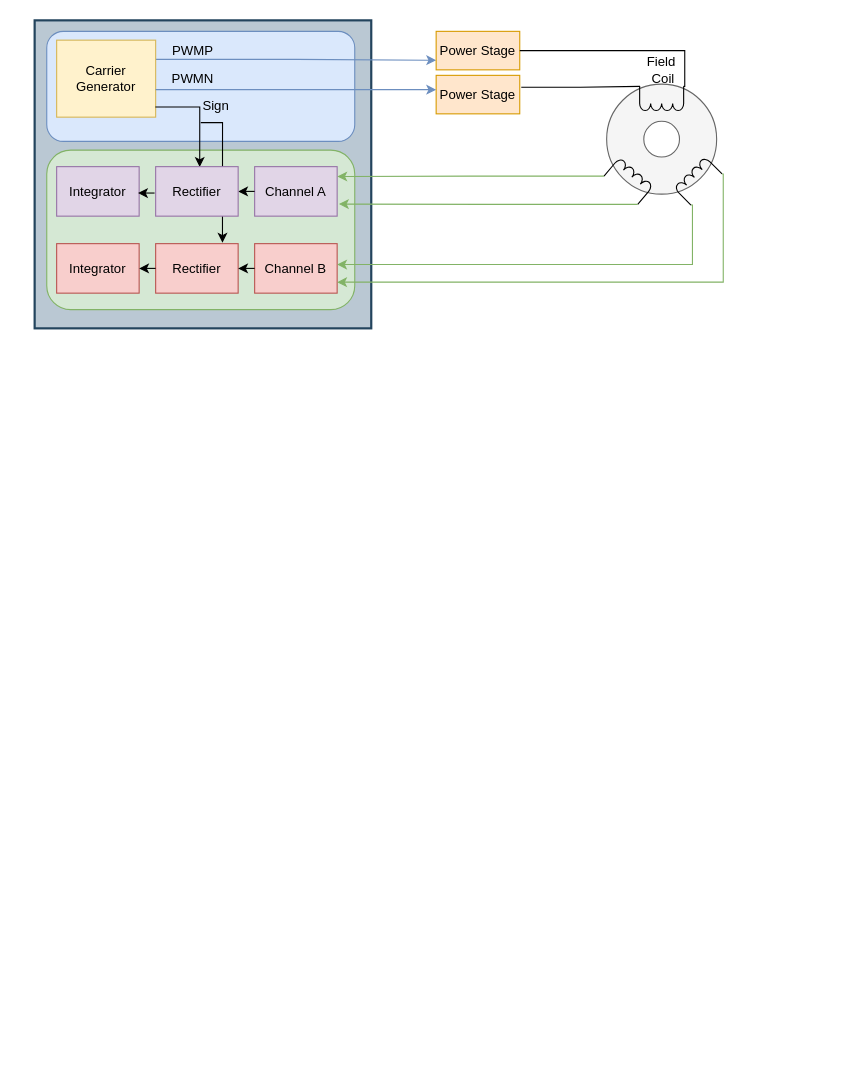
Earlier version of the draw.io diagram page "第 9 页" (9 of 10) of drawio/dsadc.drawio (iceyxy/flow-chart-drawio). Source tidied: cells renumbered, new cells numbered last; positions are measured from the earlier drawing's top-left corner, leaving out a move shared by most shapes. Both pictures are drawn from the tidied source at 110%, with x=0, y=0 at pixel (34, 20).
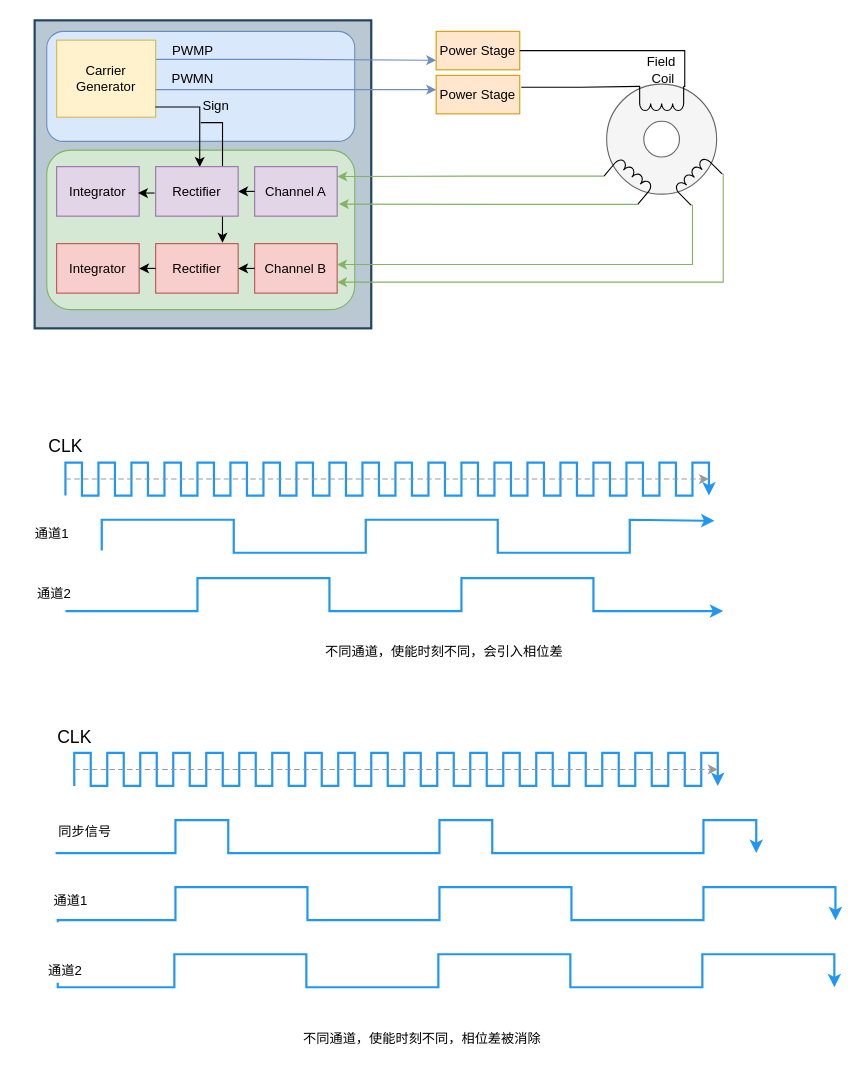
After the change.

Diff of the diagram source:
```diff
@@
+    <mxCell id="36" value="CLK" style="text;html=1;align=center;verticalAlign=middle;strokeColor=none;fillColor=none;fontSize=16;" parent="1" vertex="1">
+      <mxGeometry x="-12" y="372" width="80" height="30" as="geometry" />
+    </mxCell>
+    <mxCell id="37" style="edgeStyle=orthogonalEdgeStyle;rounded=0;orthogonalLoop=1;jettySize=auto;html=1;strokeWidth=2;strokeColor=#2196F3;" parent="1" edge="1">
+      <mxGeometry relative="1" as="geometry">
+        <mxPoint x="28" y="432" as="sourcePoint" />
+        <mxPoint x="613" y="432" as="targetPoint" />
+        <Array as="points">
+          <mxPoint x="28" y="432" />
+          <mxPoint x="28" y="402" />
+          <mxPoint x="43" y="402" />
+          <mxPoint x="43" y="432" />
+          <mxPoint x="58" y="432" />
+          <mxPoint x="58" y="402" />
+          <mxPoint x="73" y="402" />
+          <mxPoint x="73" y="432" />
+          <mxPoint x="88" y="432" />
+          <mxPoint x="88" y="402" />
+          <mxPoint x="103" y="402" />
+          <mxPoint x="103" y="432" />
+          <mxPoint x="118" y="432" />
+          <mxPoint x="118" y="402" />
+          <mxPoint x="133" y="402" />
+          <mxPoint x="133" y="432" />
+          <mxPoint x="148" y="432" />
+          <mxPoint x="148" y="402" />
+          <mxPoint x="163" y="402" />
+          <mxPoint x="163" y="432" />
+          <mxPoint x="178" y="432" />
+          <mxPoint x="178" y="402" />
+          <mxPoint x="193" y="402" />
+          <mxPoint x="193" y="432" />
+          <mxPoint x="208" y="432" />
+          <mxPoint x="208" y="402" />
+          <mxPoint x="223" y="402" />
+          <mxPoint x="223" y="432" />
+          <mxPoint x="238" y="432" />
+          <mxPoint x="238" y="402" />
+          <mxPoint x="253" y="402" />
+          <mxPoint x="253" y="432" />
+          <mxPoint x="268" y="432" />
+          <mxPoint x="268" y="402" />
+          <mxPoint x="283" y="402" />
+          <mxPoint x="283" y="432" />
+          <mxPoint x="298" y="432" />
+          <mxPoint x="298" y="402" />
+          <mxPoint x="313" y="402" />
+          <mxPoint x="313" y="432" />
+          <mxPoint x="328" y="432" />
+          <mxPoint x="328" y="402" />
+          <mxPoint x="343" y="402" />
+          <mxPoint x="343" y="432" />
+          <mxPoint x="358" y="432" />
+          <mxPoint x="358" y="402" />
+          <mxPoint x="373" y="402" />
+          <mxPoint x="373" y="432" />
+          <mxPoint x="388" y="432" />
+          <mxPoint x="388" y="402" />
+          <mxPoint x="403" y="402" />
+          <mxPoint x="403" y="432" />
+          <mxPoint x="418" y="432" />
+          <mxPoint x="418" y="402" />
+          <mxPoint x="433" y="402" />
+          <mxPoint x="433" y="432" />
+          <mxPoint x="448" y="432" />
+          <mxPoint x="448" y="402" />
+          <mxPoint x="463" y="402" />
+          <mxPoint x="463" y="432" />
+          <mxPoint x="478" y="432" />
+          <mxPoint x="478" y="402" />
+          <mxPoint x="493" y="402" />
+          <mxPoint x="493" y="432" />
+          <mxPoint x="508" y="432" />
+          <mxPoint x="508" y="402" />
+          <mxPoint x="523" y="402" />
+          <mxPoint x="523" y="432" />
+          <mxPoint x="538" y="432" />
+          <mxPoint x="538" y="402" />
+          <mxPoint x="553" y="402" />
+          <mxPoint x="553" y="432" />
+          <mxPoint x="568" y="432" />
+          <mxPoint x="568" y="402" />
+          <mxPoint x="583" y="402" />
+          <mxPoint x="583" y="432" />
+          <mxPoint x="598" y="432" />
+          <mxPoint x="598" y="402" />
+          <mxPoint x="613" y="402" />
+          <mxPoint x="613" y="432" />
+        </Array>
+      </mxGeometry>
+    </mxCell>
+    <mxCell id="38" style="edgeStyle=orthogonalEdgeStyle;rounded=0;orthogonalLoop=1;jettySize=auto;html=1;strokeWidth=1;strokeColor=#999999;dashed=1;dashPattern=5 3;" parent="1" edge="1">
+      <mxGeometry relative="1" as="geometry">
+        <mxPoint x="28" y="417" as="sourcePoint" />
+        <mxPoint x="613" y="417" as="targetPoint" />
+      </mxGeometry>
+    </mxCell>
+    <mxCell id="39" style="edgeStyle=orthogonalEdgeStyle;rounded=0;orthogonalLoop=1;jettySize=auto;html=1;strokeWidth=2;strokeColor=#2196F3;" parent="1" edge="1">
+      <mxGeometry relative="1" as="geometry">
+        <mxPoint x="61" y="482" as="sourcePoint" />
+        <mxPoint x="618" y="455" as="targetPoint" />
+        <Array as="points">
+          <mxPoint x="61" y="454" />
+          <mxPoint x="181" y="454" />
+          <mxPoint x="181" y="484" />
+          <mxPoint x="301" y="484" />
+          <mxPoint x="301" y="454" />
+          <mxPoint x="421" y="454" />
+          <mxPoint x="421" y="484" />
+          <mxPoint x="541" y="484" />
+          <mxPoint x="541" y="454" />
+        </Array>
+      </mxGeometry>
+    </mxCell>
+    <mxCell id="40" style="edgeStyle=orthogonalEdgeStyle;rounded=0;orthogonalLoop=1;jettySize=auto;html=1;strokeWidth=2;strokeColor=#2196F3;" parent="1" edge="1">
+      <mxGeometry relative="1" as="geometry">
+        <mxPoint x="28" y="537" as="sourcePoint" />
+        <mxPoint x="626" y="537" as="targetPoint" />
+        <Array as="points">
+          <mxPoint x="148" y="537" />
+          <mxPoint x="148" y="507" />
+          <mxPoint x="268" y="507" />
+          <mxPoint x="268" y="537" />
+          <mxPoint x="388" y="537" />
+          <mxPoint x="388" y="507" />
+          <mxPoint x="508" y="507" />
+          <mxPoint x="508" y="537" />
+        </Array>
+      </mxGeometry>
+    </mxCell>
+    <mxCell id="41" value="CLK" style="text;html=1;align=center;verticalAlign=middle;strokeColor=none;fillColor=none;fontSize=16;" parent="1" vertex="1">
+      <mxGeometry x="-4" y="636" width="80" height="30" as="geometry" />
+    </mxCell>
+    <mxCell id="42" style="edgeStyle=orthogonalEdgeStyle;rounded=0;orthogonalLoop=1;jettySize=auto;html=1;strokeWidth=2;strokeColor=#2196F3;" parent="1" edge="1">
+      <mxGeometry relative="1" as="geometry">
+        <mxPoint x="36" y="696" as="sourcePoint" />
+        <mxPoint x="621" y="696" as="targetPoint" />
+        <Array as="points">
+          <mxPoint x="36" y="696" />
+          <mxPoint x="36" y="666" />
+          <mxPoint x="51" y="666" />
+          <mxPoint x="51" y="696" />
+          <mxPoint x="66" y="696" />
+          <mxPoint x="66" y="666" />
+          <mxPoint x="81" y="666" />
+          <mxPoint x="81" y="696" />
+          <mxPoint x="96" y="696" />
+          <mxPoint x="96" y="666" />
+          <mxPoint x="111" y="666" />
+          <mxPoint x="111" y="696" />
+          <mxPoint x="126" y="696" />
+          <mxPoint x="126" y="666" />
+          <mxPoint x="141" y="666" />
+          <mxPoint x="141" y="696" />
+          <mxPoint x="156" y="696" />
+          <mxPoint x="156" y="666" />
+          <mxPoint x="171" y="666" />
+          <mxPoint x="171" y="696" />
+          <mxPoint x="186" y="696" />
+          <mxPoint x="186" y="666" />
+          <mxPoint x="201" y="666" />
+          <mxPoint x="201" y="696" />
+          <mxPoint x="216" y="696" />
+          <mxPoint x="216" y="666" />
+          <mxPoint x="231" y="666" />
+          <mxPoint x="231" y="696" />
+          <mxPoint x="246" y="696" />
+          <mxPoint x="246" y="666" />
+          <mxPoint x="261" y="666" />
+          <mxPoint x="261" y="696" />
+          <mxPoint x="276" y="696" />
+          <mxPoint x="276" y="666" />
+          <mxPoint x="291" y="666" />
+          <mxPoint x="291" y="696" />
+          <mxPoint x="306" y="696" />
+          <mxPoint x="306" y="666" />
+          <mxPoint x="321" y="666" />
+          <mxPoint x="321" y="696" />
+          <mxPoint x="336" y="696" />
+          <mxPoint x="336" y="666" />
+          <mxPoint x="351" y="666" />
+          <mxPoint x="351" y="696" />
+          <mxPoint x="366" y="696" />
+          <mxPoint x="366" y="666" />
+          <mxPoint x="381" y="666" />
+          <mxPoint x="381" y="696" />
+          <mxPoint x="396" y="696" />
+          <mxPoint x="396" y="666" />
+          <mxPoint x="411" y="666" />
+          <mxPoint x="411" y="696" />
+          <mxPoint x="426" y="696" />
+          <mxPoint x="426" y="666" />
+          <mxPoint x="441" y="666" />
+          <mxPoint x="441" y="696" />
+          <mxPoint x="456" y="696" />
+          <mxPoint x="456" y="666" />
+          <mxPoint x="471" y="666" />
+          <mxPoint x="471" y="696" />
+          <mxPoint x="486" y="696" />
+          <mxPoint x="486" y="666" />
+          <mxPoint x="501" y="666" />
+          <mxPoint x="501" y="696" />
+          <mxPoint x="516" y="696" />
+          <mxPoint x="516" y="666" />
+          <mxPoint x="531" y="666" />
+          <mxPoint x="531" y="696" />
+          <mxPoint x="546" y="696" />
+          <mxPoint x="546" y="666" />
+          <mxPoint x="561" y="666" />
+          <mxPoint x="561" y="696" />
+          <mxPoint x="576" y="696" />
+          <mxPoint x="576" y="666" />
+          <mxPoint x="591" y="666" />
+          <mxPoint x="591" y="696" />
+          <mxPoint x="606" y="696" />
+          <mxPoint x="606" y="666" />
+          <mxPoint x="621" y="666" />
+          <mxPoint x="621" y="696" />
+        </Array>
+      </mxGeometry>
+    </mxCell>
+    <mxCell id="43" style="edgeStyle=orthogonalEdgeStyle;rounded=0;orthogonalLoop=1;jettySize=auto;html=1;strokeWidth=1;strokeColor=#999999;dashed=1;dashPattern=5 3;" parent="1" edge="1">
+      <mxGeometry relative="1" as="geometry">
+        <mxPoint x="36" y="681" as="sourcePoint" />
+        <mxPoint x="621" y="681" as="targetPoint" />
+      </mxGeometry>
+    </mxCell>
+    <mxCell id="44" style="edgeStyle=orthogonalEdgeStyle;rounded=0;orthogonalLoop=1;jettySize=auto;html=1;strokeWidth=2;strokeColor=#2196F3;" parent="1" edge="1">
+      <mxGeometry relative="1" as="geometry">
+        <mxPoint x="21" y="875" as="sourcePoint" />
+        <mxPoint x="727" y="879" as="targetPoint" />
+        <Array as="points">
+          <mxPoint x="127" y="879" />
+          <mxPoint x="127" y="849" />
+          <mxPoint x="247" y="849" />
+          <mxPoint x="247" y="879" />
+          <mxPoint x="367" y="879" />
+          <mxPoint x="367" y="849" />
+          <mxPoint x="487" y="849" />
+          <mxPoint x="487" y="879" />
+          <mxPoint x="607" y="879" />
+          <mxPoint x="607" y="849" />
+          <mxPoint x="727" y="849" />
+          <mxPoint x="727" y="879" />
+        </Array>
+      </mxGeometry>
+    </mxCell>
+    <mxCell id="45" style="edgeStyle=orthogonalEdgeStyle;rounded=0;orthogonalLoop=1;jettySize=auto;html=1;strokeWidth=2;strokeColor=#2196F3;" parent="1" edge="1">
+      <mxGeometry relative="1" as="geometry">
+        <mxPoint x="21" y="820" as="sourcePoint" />
+        <mxPoint x="728" y="818" as="targetPoint" />
+        <Array as="points">
+          <mxPoint x="128" y="818" />
+          <mxPoint x="128" y="788" />
+          <mxPoint x="248" y="788" />
+          <mxPoint x="248" y="818" />
+          <mxPoint x="368" y="818" />
+          <mxPoint x="368" y="788" />
+          <mxPoint x="488" y="788" />
+          <mxPoint x="488" y="818" />
+          <mxPoint x="608" y="818" />
+          <mxPoint x="608" y="788" />
+          <mxPoint x="728" y="788" />
+          <mxPoint x="728" y="818" />
+        </Array>
+      </mxGeometry>
+    </mxCell>
+    <mxCell id="46" style="edgeStyle=orthogonalEdgeStyle;rounded=0;orthogonalLoop=1;jettySize=auto;html=1;strokeWidth=2;strokeColor=#2196F3;" parent="1" edge="1">
+      <mxGeometry relative="1" as="geometry">
+        <mxPoint x="19" y="757" as="sourcePoint" />
+        <mxPoint x="656" y="757" as="targetPoint" />
+        <Array as="points">
+          <mxPoint x="128" y="757" />
+          <mxPoint x="128" y="727" />
+          <mxPoint x="176" y="727" />
+          <mxPoint x="176" y="757" />
+          <mxPoint x="368" y="757" />
+          <mxPoint x="368" y="727" />
+          <mxPoint x="416" y="727" />
+          <mxPoint x="416" y="757" />
+          <mxPoint x="608" y="757" />
+          <mxPoint x="608" y="727" />
+          <mxPoint x="656" y="727" />
+          <mxPoint x="656" y="757" />
+        </Array>
+      </mxGeometry>
+    </mxCell>
+    <mxCell id="47" value="不同通道，使能时刻不同，会引入相位差" style="text;html=1;whiteSpace=wrap;strokeColor=none;fillColor=none;align=center;verticalAlign=middle;rounded=0;" parent="1" vertex="1">
+      <mxGeometry x="256" y="559" width="233" height="30" as="geometry" />
+    </mxCell>
+    <mxCell id="48" value="不同通道，使能时刻不同，相位差被消除" style="text;html=1;whiteSpace=wrap;strokeColor=none;fillColor=none;align=center;verticalAlign=middle;rounded=0;" parent="1" vertex="1">
+      <mxGeometry x="236" y="911" width="233" height="30" as="geometry" />
+    </mxCell>
+    <mxCell id="49" value="通道1" style="text;html=1;whiteSpace=wrap;strokeColor=none;fillColor=none;align=center;verticalAlign=middle;rounded=0;" parent="1" vertex="1">
+      <mxGeometry x="-14" y="452" width="60" height="30" as="geometry" />
+    </mxCell>
+    <mxCell id="50" value="通道2" style="text;html=1;whiteSpace=wrap;strokeColor=none;fillColor=none;align=center;verticalAlign=middle;rounded=0;" parent="1" vertex="1">
+      <mxGeometry x="-12" y="507" width="60" height="30" as="geometry" />
+    </mxCell>
+    <mxCell id="51" value="通道2" style="text;html=1;whiteSpace=wrap;strokeColor=none;fillColor=none;align=center;verticalAlign=middle;rounded=0;" parent="1" vertex="1">
+      <mxGeometry x="-2" y="849" width="60" height="30" as="geometry" />
+    </mxCell>
+    <mxCell id="52" value="通道1" style="text;html=1;whiteSpace=wrap;strokeColor=none;fillColor=none;align=center;verticalAlign=middle;rounded=0;" parent="1" vertex="1">
+      <mxGeometry x="3" y="786" width="60" height="30" as="geometry" />
+    </mxCell>
+    <mxCell id="53" value="同步信号" style="text;html=1;whiteSpace=wrap;strokeColor=none;fillColor=none;align=center;verticalAlign=middle;rounded=0;" parent="1" vertex="1">
+      <mxGeometry x="16" y="723" width="60" height="30" as="geometry" />
+    </mxCell>
```
